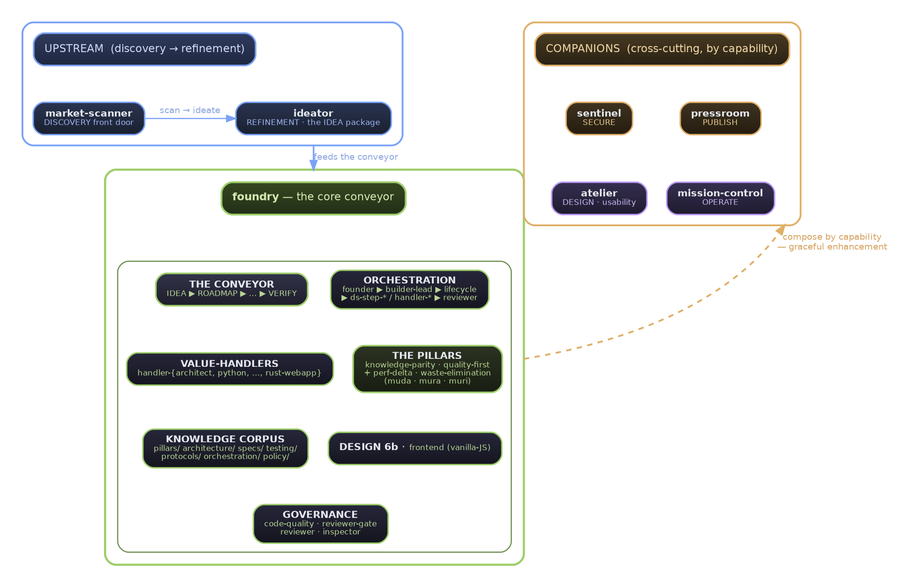
agentic-underground/idea-to-production keeps this Graphviz diagram as plugins/foundry/knowledge/diagrams/01-domain-tree.png. Above is the earlier version. Its source is kept beside it as plugins/foundry/knowledge/diagrams/01-domain-tree.dot.
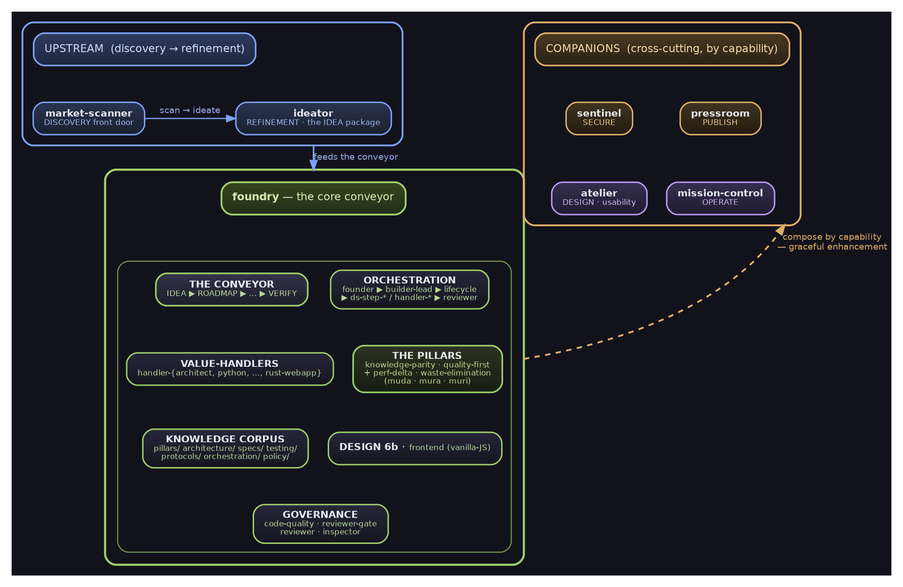
The same file after the commit.

Change to the diagram source:
```diff
@@ -1,5 +1,5 @@
 digraph DomainArchB {
-  bgcolor="transparent"
+  bgcolor="#12121b"
   rankdir=TB
   compound=true
   newrank=true
```
